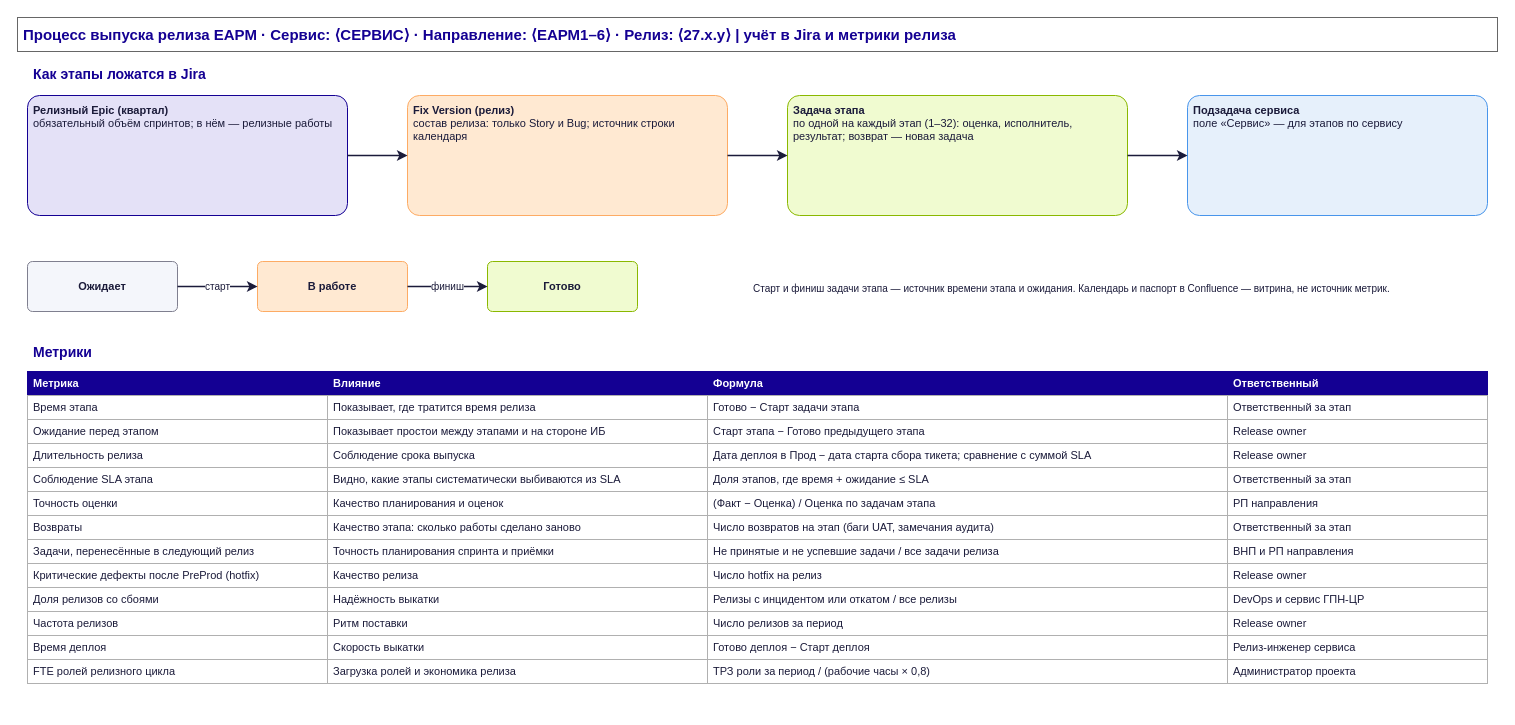
Earlier version of the draw.io diagram page "4. Jira и метрики" (4 of 7) of docs/drawio/10-release-process.drawio (KMNV777/main_arsen). Source tidied: cells renumbered, new cells numbered last; positions are measured from the earlier drawing's top-left corner, leaving out a move shared by most shapes. Both pictures are drawn from the tidied source at 100%, with x=0, y=0 at pixel (17, 17).
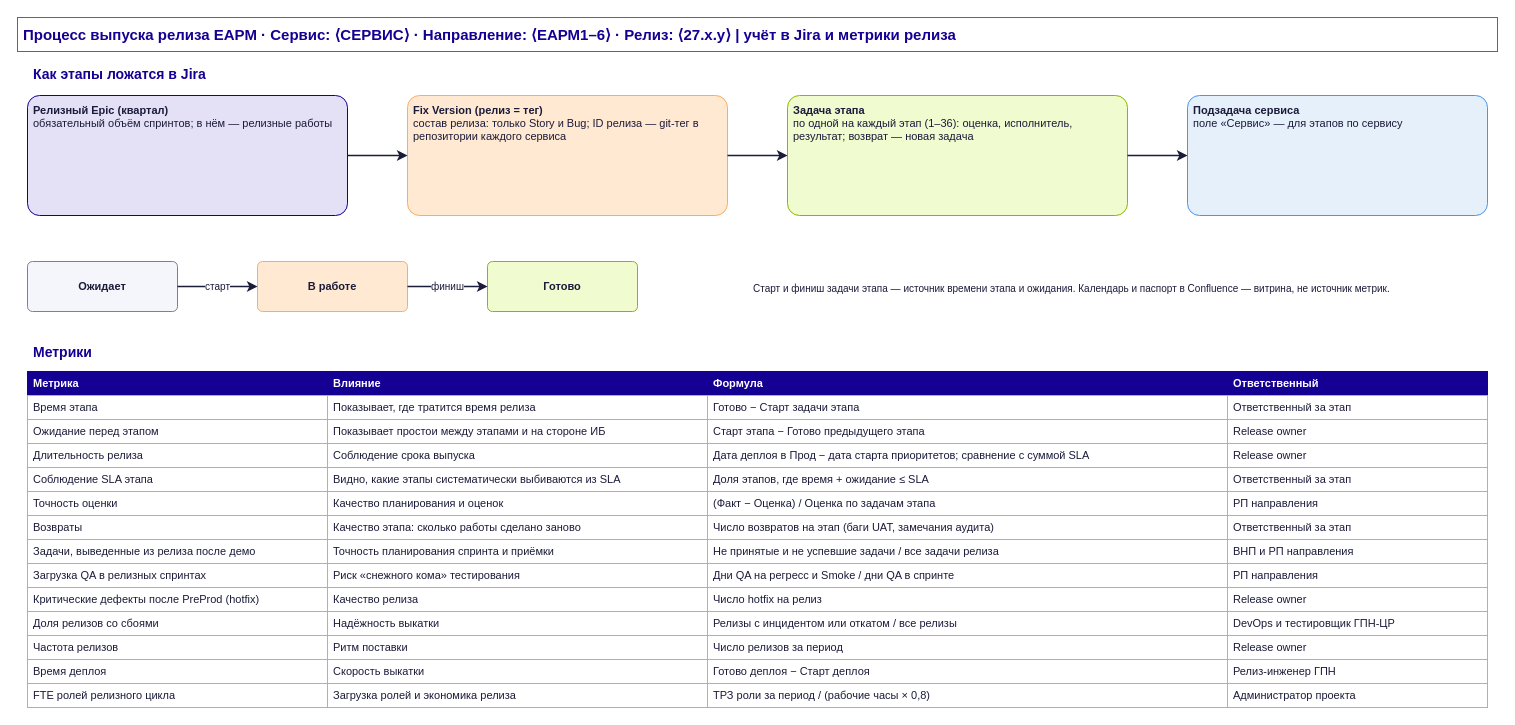
After the change.

What changed in the source:
```diff
@@
-    <mxCell id="5" value="&lt;b&gt;Fix Version (релиз)&lt;/b&gt;&lt;br&gt;состав релиза: только Story и Bug; источник строки календаря" style="rounded=1;arcSize=10;whiteSpace=wrap;html=1;fillColor=#FFE9D2;strokeColor=#FDAB64;strokeWidth=1;fontSize=11;fontColor=#1B1B3A;align=left;verticalAlign=top;spacingLeft=4;spacingRight=4;spacingTop=2;spacingBottom=2;" parent="1" vertex="1">
+    <mxCell id="5" value="&lt;b&gt;Fix Version (релиз = тег)&lt;/b&gt;&lt;br&gt;состав релиза: только Story и Bug; ID релиза — git-тег в репозитории каждого сервиса" style="rounded=1;arcSize=10;whiteSpace=wrap;html=1;fillColor=#FFE9D2;strokeColor=#FDAB64;strokeWidth=1;fontSize=11;fontColor=#1B1B3A;align=left;verticalAlign=top;spacingLeft=4;spacingRight=4;spacingTop=2;spacingBottom=2;" parent="1" vertex="1">
       <mxGeometry x="390" y="78" width="320" height="120" as="geometry" />
     </mxCell>
-    <mxCell id="6" value="&lt;b&gt;Задача этапа&lt;/b&gt;&lt;br&gt;по одной на каждый этап (1–32): оценка, исполнитель, результат; возврат — новая задача" style="rounded=1;arcSize=10;whiteSpace=wrap;html=1;fillColor=#F0FBD0;strokeColor=#8AB800;strokeWidth=1;fontSize=11;fontColor=#1B1B3A;align=left;verticalAlign=top;spacingLeft=4;spacingRight=4;spacingTop=2;spacingBottom=2;" parent="1" vertex="1">
+    <mxCell id="6" value="&lt;b&gt;Задача этапа&lt;/b&gt;&lt;br&gt;по одной на каждый этап (1–36): оценка, исполнитель, результат; возврат — новая задача" style="rounded=1;arcSize=10;whiteSpace=wrap;html=1;fillColor=#F0FBD0;strokeColor=#8AB800;strokeWidth=1;fontSize=11;fontColor=#1B1B3A;align=left;verticalAlign=top;spacingLeft=4;spacingRight=4;spacingTop=2;spacingBottom=2;" parent="1" vertex="1">
       <mxGeometry x="770" y="78" width="340" height="120" as="geometry" />
     </mxCell>
@@
-    <mxCell id="27" value="Дата деплоя в Прод − дата старта сбора тикета; сравнение с суммой SLA" style="rounded=0;whiteSpace=wrap;html=1;fillColor=#FFFFFF;strokeColor=#B0B0B0;strokeWidth=1;fontSize=11;fontColor=#1B1B3A;align=left;verticalAlign=middle;spacingLeft=4;spacingRight=4;spacingTop=2;spacingBottom=2;" parent="1" vertex="1">
+    <mxCell id="27" value="Дата деплоя в Прод − дата старта приоритетов; сравнение с суммой SLA" style="rounded=0;whiteSpace=wrap;html=1;fillColor=#FFFFFF;strokeColor=#B0B0B0;strokeWidth=1;fontSize=11;fontColor=#1B1B3A;align=left;verticalAlign=middle;spacingLeft=4;spacingRight=4;spacingTop=2;spacingBottom=2;" parent="1" vertex="1">
       <mxGeometry x="690" y="426" width="520" height="24" as="geometry" />
     </mxCell>
@@
-    <mxCell id="41" value="Задачи, перенесённые в следующий релиз" style="rounded=0;whiteSpace=wrap;html=1;fillColor=#FFFFFF;strokeColor=#B0B0B0;strokeWidth=1;fontSize=11;fontColor=#1B1B3A;align=left;verticalAlign=middle;spacingLeft=4;spacingRight=4;spacingTop=2;spacingBottom=2;" parent="1" vertex="1">
+    <mxCell id="41" value="Задачи, выведенные из релиза после демо" style="rounded=0;whiteSpace=wrap;html=1;fillColor=#FFFFFF;strokeColor=#B0B0B0;strokeWidth=1;fontSize=11;fontColor=#1B1B3A;align=left;verticalAlign=middle;spacingLeft=4;spacingRight=4;spacingTop=2;spacingBottom=2;" parent="1" vertex="1">
       <mxGeometry x="10" y="522" width="300" height="24" as="geometry" />
     </mxCell>
@@
-    <mxCell id="45" value="Критические дефекты после PreProd (hotfix)" style="rounded=0;whiteSpace=wrap;html=1;fillColor=#FFFFFF;strokeColor=#B0B0B0;strokeWidth=1;fontSize=11;fontColor=#1B1B3A;align=left;verticalAlign=middle;spacingLeft=4;spacingRight=4;spacingTop=2;spacingBottom=2;" parent="1" vertex="1">
+    <mxCell id="45" value="Загрузка QA в релизных спринтах" style="rounded=0;whiteSpace=wrap;html=1;fillColor=#FFFFFF;strokeColor=#B0B0B0;strokeWidth=1;fontSize=11;fontColor=#1B1B3A;align=left;verticalAlign=middle;spacingLeft=4;spacingRight=4;spacingTop=2;spacingBottom=2;" parent="1" vertex="1">
       <mxGeometry x="10" y="546" width="300" height="24" as="geometry" />
     </mxCell>
-    <mxCell id="46" value="Качество релиза" style="rounded=0;whiteSpace=wrap;html=1;fillColor=#FFFFFF;strokeColor=#B0B0B0;strokeWidth=1;fontSize=11;fontColor=#1B1B3A;align=left;verticalAlign=middle;spacingLeft=4;spacingRight=4;spacingTop=2;spacingBottom=2;" parent="1" vertex="1">
+    <mxCell id="46" value="Риск «снежного кома» тестирования" style="rounded=0;whiteSpace=wrap;html=1;fillColor=#FFFFFF;strokeColor=#B0B0B0;strokeWidth=1;fontSize=11;fontColor=#1B1B3A;align=left;verticalAlign=middle;spacingLeft=4;spacingRight=4;spacingTop=2;spacingBottom=2;" parent="1" vertex="1">
       <mxGeometry x="310" y="546" width="380" height="24" as="geometry" />
     </mxCell>
-    <mxCell id="47" value="Число hotfix на релиз" style="rounded=0;whiteSpace=wrap;html=1;fillColor=#FFFFFF;strokeColor=#B0B0B0;strokeWidth=1;fontSize=11;fontColor=#1B1B3A;align=left;verticalAlign=middle;spacingLeft=4;spacingRight=4;spacingTop=2;spacingBottom=2;" parent="1" vertex="1">
+    <mxCell id="47" value="Дни QA на регресс и Smoke / дни QA в спринте" style="rounded=0;whiteSpace=wrap;html=1;fillColor=#FFFFFF;strokeColor=#B0B0B0;strokeWidth=1;fontSize=11;fontColor=#1B1B3A;align=left;verticalAlign=middle;spacingLeft=4;spacingRight=4;spacingTop=2;spacingBottom=2;" parent="1" vertex="1">
       <mxGeometry x="690" y="546" width="520" height="24" as="geometry" />
     </mxCell>
-    <mxCell id="48" value="Release owner" style="rounded=0;whiteSpace=wrap;html=1;fillColor=#FFFFFF;strokeColor=#B0B0B0;strokeWidth=1;fontSize=11;fontColor=#1B1B3A;align=left;verticalAlign=middle;spacingLeft=4;spacingRight=4;spacingTop=2;spacingBottom=2;" parent="1" vertex="1">
+    <mxCell id="48" value="РП направления" style="rounded=0;whiteSpace=wrap;html=1;fillColor=#FFFFFF;strokeColor=#B0B0B0;strokeWidth=1;fontSize=11;fontColor=#1B1B3A;align=left;verticalAlign=middle;spacingLeft=4;spacingRight=4;spacingTop=2;spacingBottom=2;" parent="1" vertex="1">
       <mxGeometry x="1210" y="546" width="260" height="24" as="geometry" />
     </mxCell>
-    <mxCell id="49" value="Доля релизов со сбоями" style="rounded=0;whiteSpace=wrap;html=1;fillColor=#FFFFFF;strokeColor=#B0B0B0;strokeWidth=1;fontSize=11;fontColor=#1B1B3A;align=left;verticalAlign=middle;spacingLeft=4;spacingRight=4;spacingTop=2;spacingBottom=2;" parent="1" vertex="1">
+    <mxCell id="49" value="Критические дефекты после PreProd (hotfix)" style="rounded=0;whiteSpace=wrap;html=1;fillColor=#FFFFFF;strokeColor=#B0B0B0;strokeWidth=1;fontSize=11;fontColor=#1B1B3A;align=left;verticalAlign=middle;spacingLeft=4;spacingRight=4;spacingTop=2;spacingBottom=2;" parent="1" vertex="1">
       <mxGeometry x="10" y="570" width="300" height="24" as="geometry" />
     </mxCell>
-    <mxCell id="50" value="Надёжность выкатки" style="rounded=0;whiteSpace=wrap;html=1;fillColor=#FFFFFF;strokeColor=#B0B0B0;strokeWidth=1;fontSize=11;fontColor=#1B1B3A;align=left;verticalAlign=middle;spacingLeft=4;spacingRight=4;spacingTop=2;spacingBottom=2;" parent="1" vertex="1">
+    <mxCell id="50" value="Качество релиза" style="rounded=0;whiteSpace=wrap;html=1;fillColor=#FFFFFF;strokeColor=#B0B0B0;strokeWidth=1;fontSize=11;fontColor=#1B1B3A;align=left;verticalAlign=middle;spacingLeft=4;spacingRight=4;spacingTop=2;spacingBottom=2;" parent="1" vertex="1">
       <mxGeometry x="310" y="570" width="380" height="24" as="geometry" />
     </mxCell>
-    <mxCell id="51" value="Релизы с инцидентом или откатом / все релизы" style="rounded=0;whiteSpace=wrap;html=1;fillColor=#FFFFFF;strokeColor=#B0B0B0;strokeWidth=1;fontSize=11;fontColor=#1B1B3A;align=left;verticalAlign=middle;spacingLeft=4;spacingRight=4;spacingTop=2;spacingBottom=2;" parent="1" vertex="1">
+    <mxCell id="51" value="Число hotfix на релиз" style="rounded=0;whiteSpace=wrap;html=1;fillColor=#FFFFFF;strokeColor=#B0B0B0;strokeWidth=1;fontSize=11;fontColor=#1B1B3A;align=left;verticalAlign=middle;spacingLeft=4;spacingRight=4;spacingTop=2;spacingBottom=2;" parent="1" vertex="1">
       <mxGeometry x="690" y="570" width="520" height="24" as="geometry" />
     </mxCell>
-    <mxCell id="52" value="DevOps и сервис ГПН-ЦР" style="rounded=0;whiteSpace=wrap;html=1;fillColor=#FFFFFF;strokeColor=#B0B0B0;strokeWidth=1;fontSize=11;fontColor=#1B1B3A;align=left;verticalAlign=middle;spacingLeft=4;spacingRight=4;spacingTop=2;spacingBottom=2;" parent="1" vertex="1">
+    <mxCell id="52" value="Release owner" style="rounded=0;whiteSpace=wrap;html=1;fillColor=#FFFFFF;strokeColor=#B0B0B0;strokeWidth=1;fontSize=11;fontColor=#1B1B3A;align=left;verticalAlign=middle;spacingLeft=4;spacingRight=4;spacingTop=2;spacingBottom=2;" parent="1" vertex="1">
       <mxGeometry x="1210" y="570" width="260" height="24" as="geometry" />
     </mxCell>
-    <mxCell id="53" value="Частота релизов" style="rounded=0;whiteSpace=wrap;html=1;fillColor=#FFFFFF;strokeColor=#B0B0B0;strokeWidth=1;fontSize=11;fontColor=#1B1B3A;align=left;verticalAlign=middle;spacingLeft=4;spacingRight=4;spacingTop=2;spacingBottom=2;" parent="1" vertex="1">
+    <mxCell id="53" value="Доля релизов со сбоями" style="rounded=0;whiteSpace=wrap;html=1;fillColor=#FFFFFF;strokeColor=#B0B0B0;strokeWidth=1;fontSize=11;fontColor=#1B1B3A;align=left;verticalAlign=middle;spacingLeft=4;spacingRight=4;spacingTop=2;spacingBottom=2;" parent="1" vertex="1">
       <mxGeometry x="10" y="594" width="300" height="24" as="geometry" />
     </mxCell>
-    <mxCell id="54" value="Ритм поставки" style="rounded=0;whiteSpace=wrap;html=1;fillColor=#FFFFFF;strokeColor=#B0B0B0;strokeWidth=1;fontSize=11;fontColor=#1B1B3A;align=left;verticalAlign=middle;spacingLeft=4;spacingRight=4;spacingTop=2;spacingBottom=2;" parent="1" vertex="1">
+    <mxCell id="54" value="Надёжность выкатки" style="rounded=0;whiteSpace=wrap;html=1;fillColor=#FFFFFF;strokeColor=#B0B0B0;strokeWidth=1;fontSize=11;fontColor=#1B1B3A;align=left;verticalAlign=middle;spacingLeft=4;spacingRight=4;spacingTop=2;spacingBottom=2;" parent="1" vertex="1">
       <mxGeometry x="310" y="594" width="380" height="24" as="geometry" />
     </mxCell>
-    <mxCell id="55" value="Число релизов за период" style="rounded=0;whiteSpace=wrap;html=1;fillColor=#FFFFFF;strokeColor=#B0B0B0;strokeWidth=1;fontSize=11;fontColor=#1B1B3A;align=left;verticalAlign=middle;spacingLeft=4;spacingRight=4;spacingTop=2;spacingBottom=2;" parent="1" vertex="1">
+    <mxCell id="55" value="Релизы с инцидентом или откатом / все релизы" style="rounded=0;whiteSpace=wrap;html=1;fillColor=#FFFFFF;strokeColor=#B0B0B0;strokeWidth=1;fontSize=11;fontColor=#1B1B3A;align=left;verticalAlign=middle;spacingLeft=4;spacingRight=4;spacingTop=2;spacingBottom=2;" parent="1" vertex="1">
       <mxGeometry x="690" y="594" width="520" height="24" as="geometry" />
     </mxCell>
-    <mxCell id="56" value="Release owner" style="rounded=0;whiteSpace=wrap;html=1;fillColor=#FFFFFF;strokeColor=#B0B0B0;strokeWidth=1;fontSize=11;fontColor=#1B1B3A;align=left;verticalAlign=middle;spacingLeft=4;spacingRight=4;spacingTop=2;spacingBottom=2;" parent="1" vertex="1">
+    <mxCell id="56" value="DevOps и тестировщик ГПН-ЦР" style="rounded=0;whiteSpace=wrap;html=1;fillColor=#FFFFFF;strokeColor=#B0B0B0;strokeWidth=1;fontSize=11;fontColor=#1B1B3A;align=left;verticalAlign=middle;spacingLeft=4;spacingRight=4;spacingTop=2;spacingBottom=2;" parent="1" vertex="1">
       <mxGeometry x="1210" y="594" width="260" height="24" as="geometry" />
     </mxCell>
-    <mxCell id="57" value="Время деплоя" style="rounded=0;whiteSpace=wrap;html=1;fillColor=#FFFFFF;strokeColor=#B0B0B0;strokeWidth=1;fontSize=11;fontColor=#1B1B3A;align=left;verticalAlign=middle;spacingLeft=4;spacingRight=4;spacingTop=2;spacingBottom=2;" parent="1" vertex="1">
+    <mxCell id="57" value="Частота релизов" style="rounded=0;whiteSpace=wrap;html=1;fillColor=#FFFFFF;strokeColor=#B0B0B0;strokeWidth=1;fontSize=11;fontColor=#1B1B3A;align=left;verticalAlign=middle;spacingLeft=4;spacingRight=4;spacingTop=2;spacingBottom=2;" parent="1" vertex="1">
       <mxGeometry x="10" y="618" width="300" height="24" as="geometry" />
     </mxCell>
-    <mxCell id="58" value="Скорость выкатки" style="rounded=0;whiteSpace=wrap;html=1;fillColor=#FFFFFF;strokeColor=#B0B0B0;strokeWidth=1;fontSize=11;fontColor=#1B1B3A;align=left;verticalAlign=middle;spacingLeft=4;spacingRight=4;spacingTop=2;spacingBottom=2;" parent="1" vertex="1">
+    <mxCell id="58" value="Ритм поставки" style="rounded=0;whiteSpace=wrap;html=1;fillColor=#FFFFFF;strokeColor=#B0B0B0;strokeWidth=1;fontSize=11;fontColor=#1B1B3A;align=left;verticalAlign=middle;spacingLeft=4;spacingRight=4;spacingTop=2;spacingBottom=2;" parent="1" vertex="1">
       <mxGeometry x="310" y="618" width="380" height="24" as="geometry" />
     </mxCell>
-    <mxCell id="59" value="Готово деплоя − Старт деплоя" style="rounded=0;whiteSpace=wrap;html=1;fillColor=#FFFFFF;strokeColor=#B0B0B0;strokeWidth=1;fontSize=11;fontColor=#1B1B3A;align=left;verticalAlign=middle;spacingLeft=4;spacingRight=4;spacingTop=2;spacingBottom=2;" parent="1" vertex="1">
+    <mxCell id="59" value="Число релизов за период" style="rounded=0;whiteSpace=wrap;html=1;fillColor=#FFFFFF;strokeColor=#B0B0B0;strokeWidth=1;fontSize=11;fontColor=#1B1B3A;align=left;verticalAlign=middle;spacingLeft=4;spacingRight=4;spacingTop=2;spacingBottom=2;" parent="1" vertex="1">
       <mxGeometry x="690" y="618" width="520" height="24" as="geometry" />
     </mxCell>
-    <mxCell id="60" value="Релиз-инженер сервиса" style="rounded=0;whiteSpace=wrap;html=1;fillColor=#FFFFFF;strokeColor=#B0B0B0;strokeWidth=1;fontSize=11;fontColor=#1B1B3A;align=left;verticalAlign=middle;spacingLeft=4;spacingRight=4;spacingTop=2;spacingBottom=2;" parent="1" vertex="1">
+    <mxCell id="60" value="Release owner" style="rounded=0;whiteSpace=wrap;html=1;fillColor=#FFFFFF;strokeColor=#B0B0B0;strokeWidth=1;fontSize=11;fontColor=#1B1B3A;align=left;verticalAlign=middle;spacingLeft=4;spacingRight=4;spacingTop=2;spacingBottom=2;" parent="1" vertex="1">
       <mxGeometry x="1210" y="618" width="260" height="24" as="geometry" />
     </mxCell>
-    <mxCell id="61" value="FTE ролей релизного цикла" style="rounded=0;whiteSpace=wrap;html=1;fillColor=#FFFFFF;strokeColor=#B0B0B0;strokeWidth=1;fontSize=11;fontColor=#1B1B3A;align=left;verticalAlign=middle;spacingLeft=4;spacingRight=4;spacingTop=2;spacingBottom=2;" parent="1" vertex="1">
+    <mxCell id="61" value="Время деплоя" style="rounded=0;whiteSpace=wrap;html=1;fillColor=#FFFFFF;strokeColor=#B0B0B0;strokeWidth=1;fontSize=11;fontColor=#1B1B3A;align=left;verticalAlign=middle;spacingLeft=4;spacingRight=4;spacingTop=2;spacingBottom=2;" parent="1" vertex="1">
       <mxGeometry x="10" y="642" width="300" height="24" as="geometry" />
     </mxCell>
-    <mxCell id="62" value="Загрузка ролей и экономика релиза" style="rounded=0;whiteSpace=wrap;html=1;fillColor=#FFFFFF;strokeColor=#B0B0B0;strokeWidth=1;fontSize=11;fontColor=#1B1B3A;align=left;verticalAlign=middle;spacingLeft=4;spacingRight=4;spacingTop=2;spacingBottom=2;" parent="1" vertex="1">
+    <mxCell id="62" value="Скорость выкатки" style="rounded=0;whiteSpace=wrap;html=1;fillColor=#FFFFFF;strokeColor=#B0B0B0;strokeWidth=1;fontSize=11;fontColor=#1B1B3A;align=left;verticalAlign=middle;spacingLeft=4;spacingRight=4;spacingTop=2;spacingBottom=2;" parent="1" vertex="1">
       <mxGeometry x="310" y="642" width="380" height="24" as="geometry" />
     </mxCell>
-    <mxCell id="63" value="ТРЗ роли за период / (рабочие часы × 0,8)" style="rounded=0;whiteSpace=wrap;html=1;fillColor=#FFFFFF;strokeColor=#B0B0B0;strokeWidth=1;fontSize=11;fontColor=#1B1B3A;align=left;verticalAlign=middle;spacingLeft=4;spacingRight=4;spacingTop=2;spacingBottom=2;" parent="1" vertex="1">
+    <mxCell id="63" value="Готово деплоя − Старт деплоя" style="rounded=0;whiteSpace=wrap;html=1;fillColor=#FFFFFF;strokeColor=#B0B0B0;strokeWidth=1;fontSize=11;fontColor=#1B1B3A;align=left;verticalAlign=middle;spacingLeft=4;spacingRight=4;spacingTop=2;spacingBottom=2;" parent="1" vertex="1">
       <mxGeometry x="690" y="642" width="520" height="24" as="geometry" />
     </mxCell>
-    <mxCell id="64" value="Администратор проекта" style="rounded=0;whiteSpace=wrap;html=1;fillColor=#FFFFFF;strokeColor=#B0B0B0;strokeWidth=1;fontSize=11;fontColor=#1B1B3A;align=left;verticalAlign=middle;spacingLeft=4;spacingRight=4;spacingTop=2;spacingBottom=2;" parent="1" vertex="1">
+    <mxCell id="64" value="Релиз-инженер ГПН" style="rounded=0;whiteSpace=wrap;html=1;fillColor=#FFFFFF;strokeColor=#B0B0B0;strokeWidth=1;fontSize=11;fontColor=#1B1B3A;align=left;verticalAlign=middle;spacingLeft=4;spacingRight=4;spacingTop=2;spacingBottom=2;" parent="1" vertex="1">
       <mxGeometry x="1210" y="642" width="260" height="24" as="geometry" />
     </mxCell>
+    <mxCell id="70" value="FTE ролей релизного цикла" style="rounded=0;whiteSpace=wrap;html=1;fillColor=#FFFFFF;strokeColor=#B0B0B0;strokeWidth=1;fontSize=11;fontColor=#1B1B3A;align=left;verticalAlign=middle;spacingLeft=4;spacingRight=4;spacingTop=2;spacingBottom=2;" parent="1" vertex="1">
+      <mxGeometry x="10" y="666" width="300" height="24" as="geometry" />
+    </mxCell>
+    <mxCell id="71" value="Загрузка ролей и экономика релиза" style="rounded=0;whiteSpace=wrap;html=1;fillColor=#FFFFFF;strokeColor=#B0B0B0;strokeWidth=1;fontSize=11;fontColor=#1B1B3A;align=left;verticalAlign=middle;spacingLeft=4;spacingRight=4;spacingTop=2;spacingBottom=2;" parent="1" vertex="1">
+      <mxGeometry x="310" y="666" width="380" height="24" as="geometry" />
+    </mxCell>
+    <mxCell id="72" value="ТРЗ роли за период / (рабочие часы × 0,8)" style="rounded=0;whiteSpace=wrap;html=1;fillColor=#FFFFFF;strokeColor=#B0B0B0;strokeWidth=1;fontSize=11;fontColor=#1B1B3A;align=left;verticalAlign=middle;spacingLeft=4;spacingRight=4;spacingTop=2;spacingBottom=2;" parent="1" vertex="1">
+      <mxGeometry x="690" y="666" width="520" height="24" as="geometry" />
+    </mxCell>
+    <mxCell id="73" value="Администратор проекта" style="rounded=0;whiteSpace=wrap;html=1;fillColor=#FFFFFF;strokeColor=#B0B0B0;strokeWidth=1;fontSize=11;fontColor=#1B1B3A;align=left;verticalAlign=middle;spacingLeft=4;spacingRight=4;spacingTop=2;spacingBottom=2;" parent="1" vertex="1">
+      <mxGeometry x="1210" y="666" width="260" height="24" as="geometry" />
+    </mxCell>
```
